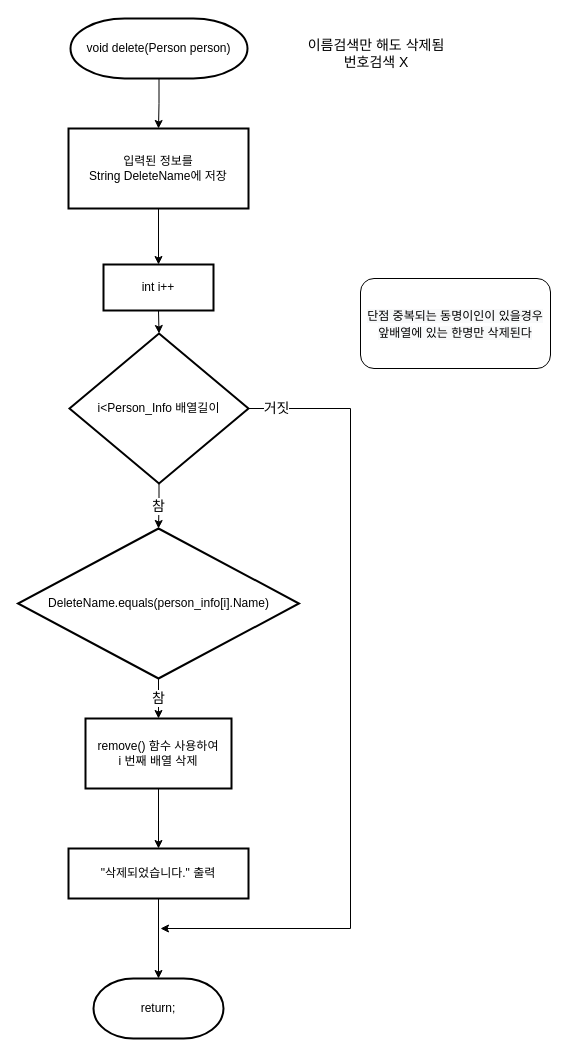
This is 순서도/Delete 기능_java.drawio from skatld123/PH_list_java, a draw.io file, before an edit. Source tidied: cells renumbered, new cells numbered last; positions are measured from the earlier drawing's top-left corner, leaving out a move shared by most shapes. Both pictures are drawn from the tidied source at 100%, with x=0, y=0 at pixel (18, 18).
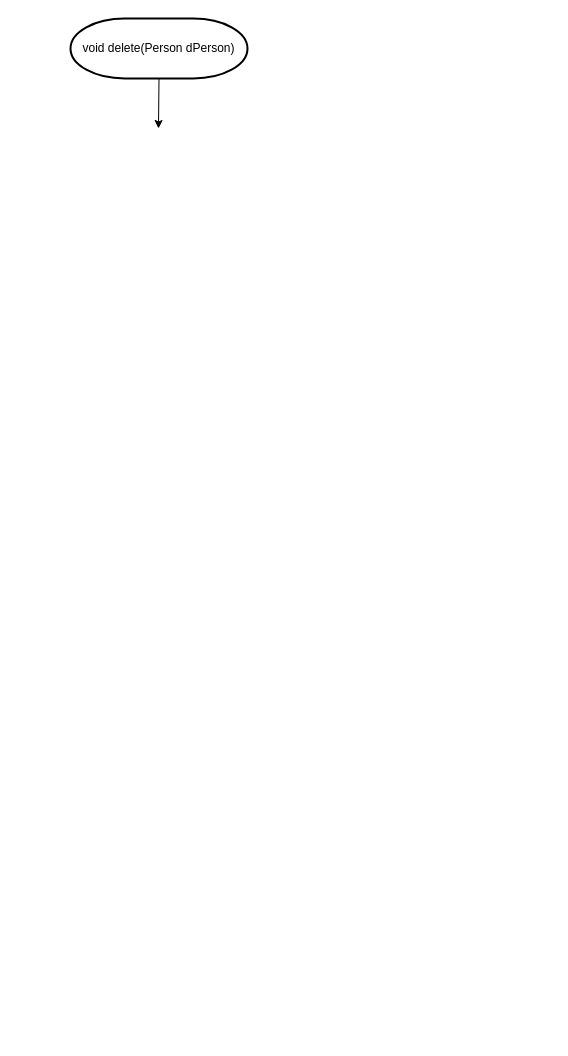
Above is the later version.

Commit message (it also covers changes not shown here):
Delete 기능_java.drawio 업데이트

Diff of the diagram source:
```diff
@@
-    <mxCell id="2" style="edgeStyle=orthogonalEdgeStyle;rounded=0;jettySize=auto;html=1;entryX=0.5;entryY=0;entryDx=0;entryDy=0;fontSize=13;" parent="1" edge="1" source="3" target="11">
-      <mxGeometry relative="1" as="geometry" />
-    </mxCell>
-    <mxCell id="3" value="remove() 함수 사용하여 &lt;br&gt;i 번째 배열 삭제" style="rounded=1;whiteSpace=wrap;html=1;absoluteArcSize=1;arcSize=0;strokeWidth=2;align=center;" parent="1" vertex="1">
-      <mxGeometry x="67" y="700" width="146" height="70" as="geometry" />
-    </mxCell>
-    <mxCell id="4" style="edgeStyle=orthogonalEdgeStyle;rounded=0;jettySize=auto;html=1;exitX=0.5;exitY=1;exitDx=0;exitDy=0;exitPerimeter=0;entryX=0.5;entryY=0;entryDx=0;entryDy=0;" parent="1" edge="1" source="5" target="17">
-      <mxGeometry relative="1" as="geometry" />
+    <mxCell id="4" style="edgeStyle=orthogonalEdgeStyle;rounded=0;jettySize=auto;html=1;exitX=0.5;exitY=1;exitDx=0;exitDy=0;exitPerimeter=0;entryX=0.5;entryY=0;entryDx=0;entryDy=0;" parent="1" edge="1" source="5">
+      <mxGeometry relative="1" as="geometry">
+        <mxPoint x="140" y="110" as="targetPoint" />
+      </mxGeometry>
     </mxCell>
-    <mxCell id="5" value="&lt;span style=&quot;text-align: left&quot;&gt;void delete(Person person)&lt;/span&gt;" style="strokeWidth=2;html=1;shape=mxgraph.flowchart.terminator;whiteSpace=wrap;" parent="1" vertex="1">
+    <mxCell id="5" value="&lt;span style=&quot;text-align: left&quot;&gt;void delete(Person dPerson)&lt;/span&gt;" style="strokeWidth=2;html=1;shape=mxgraph.flowchart.terminator;whiteSpace=wrap;" parent="1" vertex="1">
       <mxGeometry x="52" width="177" height="60" as="geometry" />
     </mxCell>
-    <mxCell id="6" value="참" style="edgeStyle=orthogonalEdgeStyle;rounded=0;jettySize=auto;html=1;exitX=0.5;exitY=1;exitDx=0;exitDy=0;exitPerimeter=0;entryX=0.5;entryY=0;entryDx=0;entryDy=0;entryPerimeter=0;fontSize=14;" parent="1" edge="1" source="8" target="15">
-      <mxGeometry relative="1" as="geometry" />
-    </mxCell>
-    <mxCell id="7" value="거짓" style="edgeStyle=orthogonalEdgeStyle;rounded=0;jettySize=auto;html=1;exitX=1;exitY=0.5;exitDx=0;exitDy=0;exitPerimeter=0;fontSize=14;" parent="1" edge="1" source="8">
-      <mxGeometry x="-0.93" relative="1" as="geometry">
-        <mxPoint x="142" y="910" as="targetPoint" />
-        <Array as="points">
-          <mxPoint x="332" y="390" />
-          <mxPoint x="332" y="910" />
-        </Array>
-      </mxGeometry>
-    </mxCell>
-    <mxCell id="8" value="i&amp;lt;Person_Info 배열길이" style="strokeWidth=2;html=1;shape=mxgraph.flowchart.decision;whiteSpace=wrap;" parent="1" vertex="1">
-      <mxGeometry x="51" y="315" width="179" height="150" as="geometry" />
-    </mxCell>
-    <mxCell id="9" value="return;" style="strokeWidth=2;html=1;shape=mxgraph.flowchart.terminator;whiteSpace=wrap;" parent="1" vertex="1">
-      <mxGeometry x="75" y="960" width="130" height="60" as="geometry" />
-    </mxCell>
-    <mxCell id="10" style="edgeStyle=orthogonalEdgeStyle;rounded=0;jettySize=auto;html=1;exitX=0.5;exitY=1;exitDx=0;exitDy=0;entryX=0.5;entryY=0;entryDx=0;entryDy=0;entryPerimeter=0;fontSize=13;" parent="1" edge="1" source="11" target="9">
-      <mxGeometry relative="1" as="geometry" />
-    </mxCell>
-    <mxCell id="11" value="&quot;삭제되었습니다.&quot; 출력" style="rounded=1;whiteSpace=wrap;html=1;absoluteArcSize=1;arcSize=0;strokeWidth=2;" parent="1" vertex="1">
-      <mxGeometry x="50" y="830" width="180" height="50" as="geometry" />
-    </mxCell>
-    <mxCell id="12" style="edgeStyle=orthogonalEdgeStyle;rounded=0;jettySize=auto;html=1;exitX=0.5;exitY=1;exitDx=0;exitDy=0;entryX=0.5;entryY=0;entryDx=0;entryDy=0;entryPerimeter=0;" parent="1" edge="1" source="13" target="8">
-      <mxGeometry relative="1" as="geometry" />
-    </mxCell>
-    <mxCell id="13" value="int i++" style="rounded=1;whiteSpace=wrap;html=1;absoluteArcSize=1;arcSize=0;strokeWidth=2;" parent="1" vertex="1">
-      <mxGeometry x="85" y="246" width="110" height="46" as="geometry" />
-    </mxCell>
-    <mxCell id="14" value="참" style="edgeStyle=orthogonalEdgeStyle;rounded=0;jettySize=auto;html=1;exitX=0.5;exitY=1;exitDx=0;exitDy=0;exitPerimeter=0;entryX=0.5;entryY=0;entryDx=0;entryDy=0;fontSize=14;" parent="1" edge="1" source="15" target="3">
-      <mxGeometry relative="1" as="geometry" />
-    </mxCell>
-    <mxCell id="15" value="&lt;span&gt;DeleteName.equals(person_info[i].Name)&lt;/span&gt;" style="strokeWidth=2;html=1;shape=mxgraph.flowchart.decision;whiteSpace=wrap;" parent="1" vertex="1">
-      <mxGeometry x="-0.5" y="510" width="281" height="150" as="geometry" />
-    </mxCell>
-    <mxCell id="16" style="edgeStyle=orthogonalEdgeStyle;rounded=0;jettySize=auto;html=1;exitX=0.5;exitY=1;exitDx=0;exitDy=0;entryX=0.5;entryY=0;entryDx=0;entryDy=0;" parent="1" edge="1" source="17" target="13">
-      <mxGeometry relative="1" as="geometry" />
-    </mxCell>
-    <mxCell id="17" value="입력된 정보를 &lt;br&gt;String DeleteName에 저장" style="rounded=1;whiteSpace=wrap;html=1;absoluteArcSize=1;arcSize=0;strokeWidth=2;" parent="1" vertex="1">
-      <mxGeometry x="50" y="110" width="180" height="80" as="geometry" />
-    </mxCell>
-    <mxCell id="18" value="&#10;&#10;&lt;span style=&quot;color: rgb(0, 0, 0); font-family: helvetica; font-size: 12px; font-style: normal; font-weight: 400; letter-spacing: normal; text-align: center; text-indent: 0px; text-transform: none; word-spacing: 0px; background-color: rgb(248, 249, 250); display: inline; float: none;&quot;&gt;단점 중복되는 동명이인이 있을경우 앞배열에 있는 한명만 삭제된다&lt;/span&gt;&#10;&#10;" style="rounded=1;whiteSpace=wrap;html=1;fontSize=14;" parent="1" vertex="1">
-      <mxGeometry x="342" y="260" width="190" height="90" as="geometry" />
-    </mxCell>
-    <mxCell id="19" value="이름검색만 해도 삭제됨&lt;br&gt;번호검색 X" style="text;html=1;strokeColor=none;fillColor=none;align=center;verticalAlign=middle;whiteSpace=wrap;rounded=0;fontSize=14;" parent="1" vertex="1">
-      <mxGeometry x="272" width="171.5" height="70" as="geometry" />
-    </mxCell>
```
